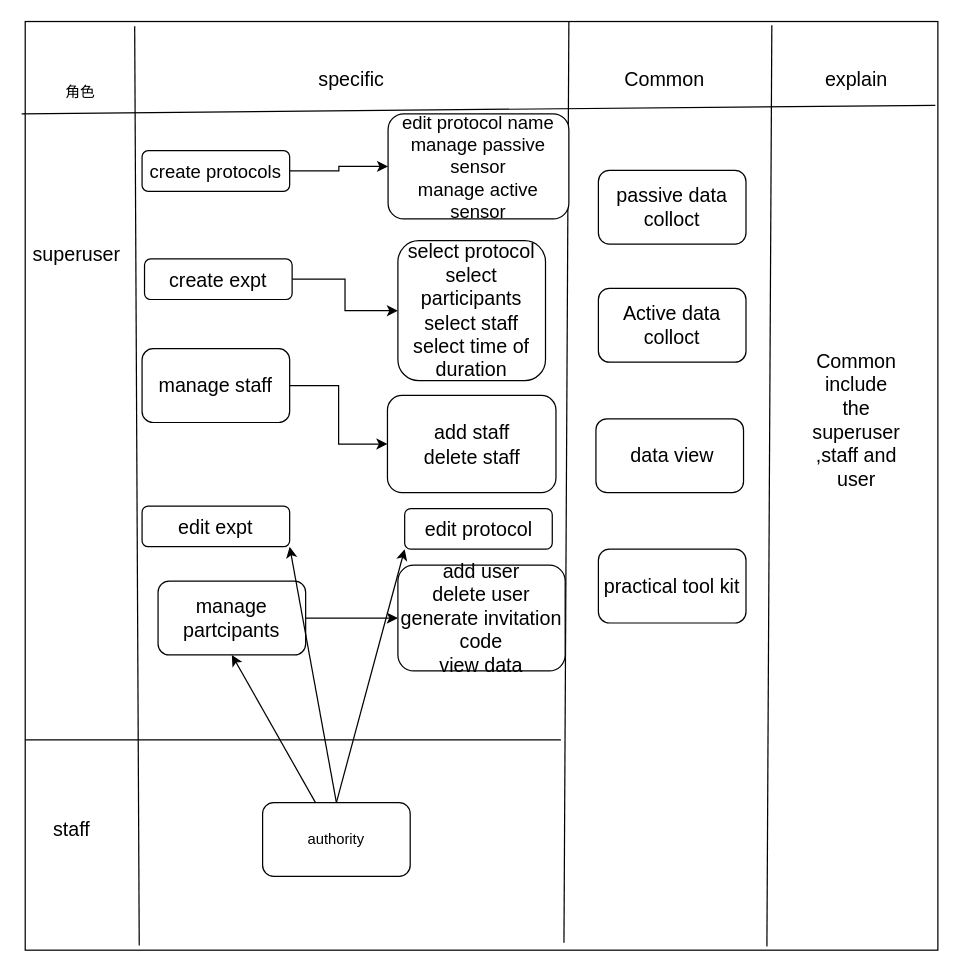
BZtiangou/drawio keeps this draw.io diagram as MobileSensing流程图.drawio. Above is the earlier version. Source tidied: cells renumbered, new cells numbered last; positions are measured from the earlier drawing's top-left corner, leaving out a move shared by most shapes. Both pictures are drawn from the tidied source at 123%, with x=0, y=0 at pixel (21, 21).
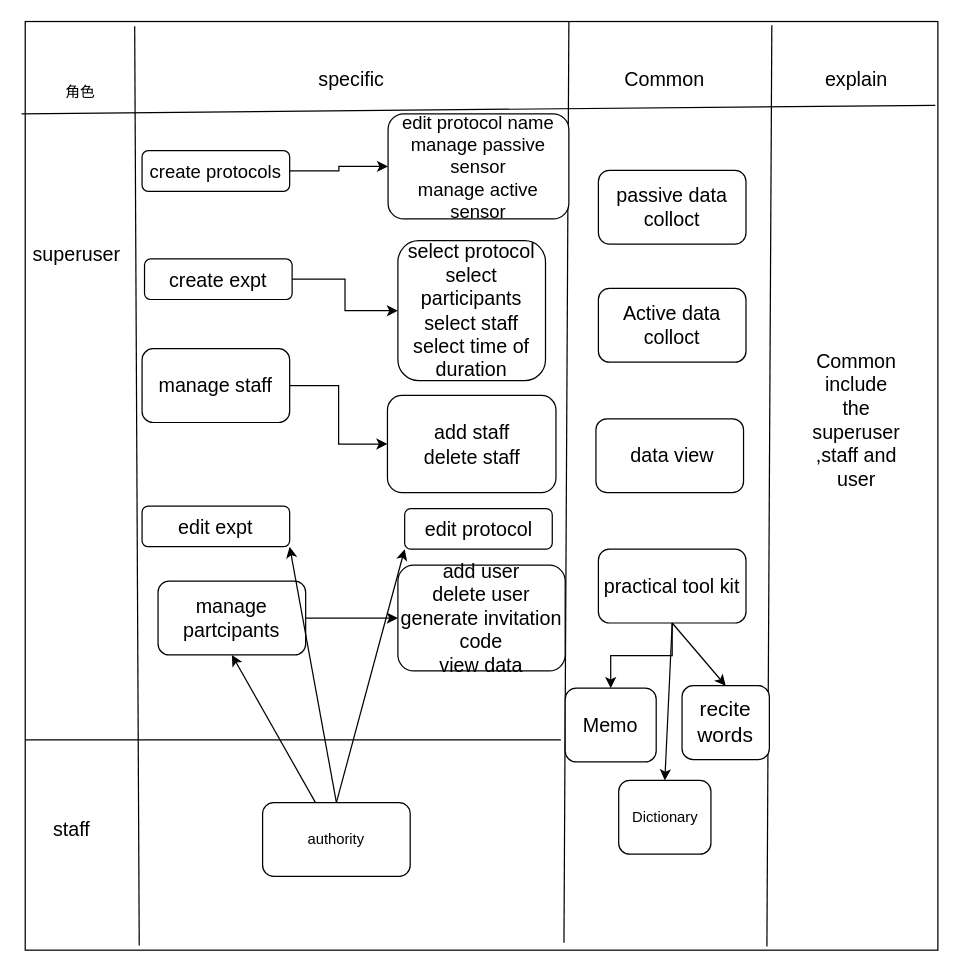
Above is the later version.

Commit message:
更新MobileSensing流程图.drawio

The change refers to these unchanged cells:
```xml
<mxCell id="35" value="&lt;font style=&quot;font-size: 16px;&quot;&gt;practical tool kit&lt;/font&gt;" style="rounded=1;whiteSpace=wrap;html=1;" parent="1" vertex="1">
  <mxGeometry x="469" y="429" width="120" height="60" as="geometry" />
</mxCell>
```

Diff of the diagram source:
```diff
@@
+    <mxCell id="37" style="edgeStyle=orthogonalEdgeStyle;rounded=0;jettySize=auto;html=1;" parent="1" edge="1" source="35" target="38">
+      <mxGeometry relative="1" as="geometry" />
+    </mxCell>
@@
+    <mxCell id="38" value="&lt;font style=&quot;font-size: 16px;&quot;&gt;Memo&lt;/font&gt;" style="whiteSpace=wrap;html=1;rounded=1;" parent="1" vertex="1">
+      <mxGeometry x="442" y="542" width="74" height="60" as="geometry" />
+    </mxCell>
+    <mxCell id="39" style="endArrow=classic;html=1;rounded=0;entryX=0.5;entryY=0;entryDx=0;entryDy=0;exitX=0.5;exitY=1;exitDx=0;exitDy=0;" parent="1" edge="1" source="35" target="40">
+      <mxGeometry relative="1" as="geometry" />
+    </mxCell>
+    <mxCell id="40" value="Dictionary" style="rounded=1;whiteSpace=wrap;html=1;" parent="1" vertex="1">
+      <mxGeometry x="485.5" y="617" width="75" height="60" as="geometry" />
+    </mxCell>
+    <mxCell id="41" value="&lt;font style=&quot;font-size: 17px;&quot;&gt;recite words&lt;/font&gt;" style="rounded=1;whiteSpace=wrap;html=1;" parent="1" vertex="1">
+      <mxGeometry x="537" y="540" width="71" height="60" as="geometry" />
+    </mxCell>
+    <mxCell id="42" style="endArrow=classic;html=1;rounded=0;exitX=0.5;exitY=1;exitDx=0;exitDy=0;entryX=0.5;entryY=0;entryDx=0;entryDy=0;" parent="1" edge="1" source="35" target="41">
+      <mxGeometry relative="1" as="geometry" />
+    </mxCell>
```
